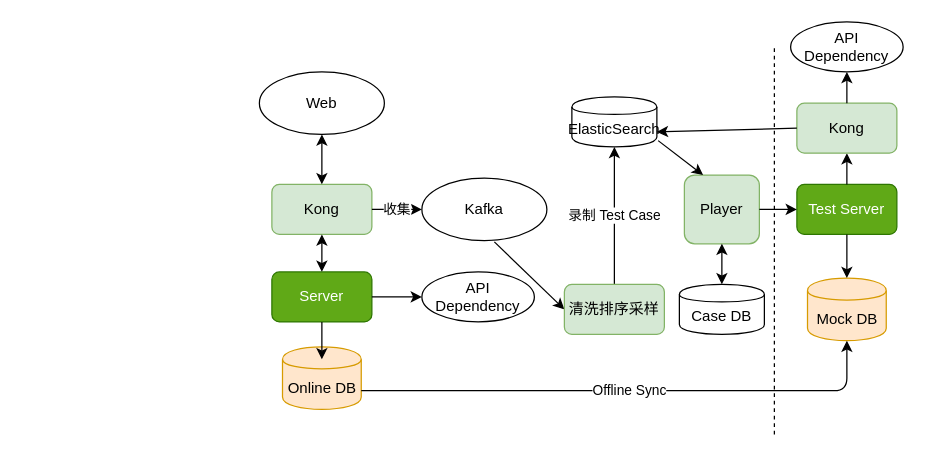
The draw.io diagram recorder.drawio in dongbin/AthenaX, before the edit. Source tidied: cells renumbered, new cells numbered last; positions are measured from the earlier drawing's top-left corner, leaving out a move shared by most shapes. Both pictures are drawn from the tidied source at 125%, with x=0, y=0 at pixel (259, 21).
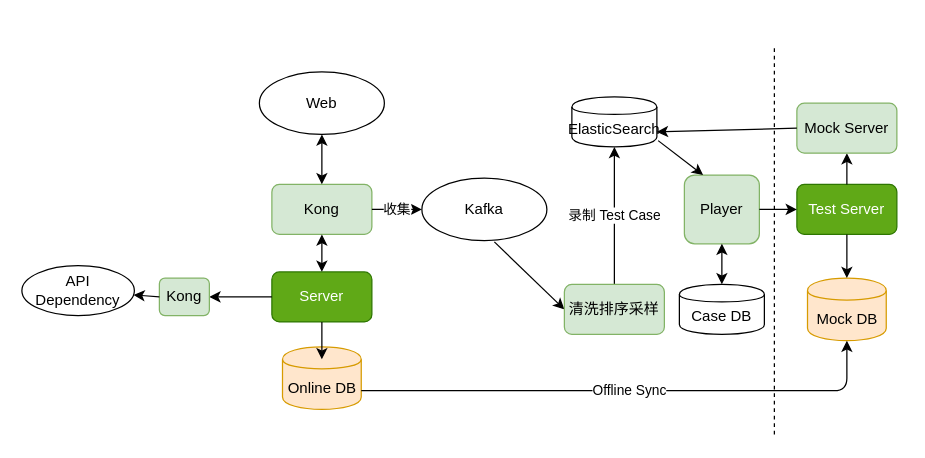
The same page after the edit.

The change refers to these unchanged cells:
```xml
<mxCell id="4" value="Server" style="rounded=1;whiteSpace=wrap;html=1;fillColor=#60a917;strokeColor=#2D7600;fontColor=#ffffff;" parent="1" vertex="1">
  <mxGeometry x="10" y="200" width="80" height="40" as="geometry" />
</mxCell>
```

What changed in the source:
```diff
@@
-    <mxCell id="20" style="endArrow=classic;html=1;exitX=1;exitY=0.5;exitDx=0;exitDy=0;" parent="1" edge="1" source="4">
+    <mxCell id="20" style="endArrow=classic;html=1;exitX=0;exitY=0.5;exitDx=0;exitDy=0;" parent="1" edge="1" source="4">
       <mxGeometry relative="1" as="geometry">
-        <mxPoint x="130" y="220" as="targetPoint" />
+        <mxPoint x="-40" y="220" as="targetPoint" />
       </mxGeometry>
     </mxCell>
     <mxCell id="21" value="API Dependency" style="ellipse;whiteSpace=wrap;html=1;" parent="1" vertex="1">
-      <mxGeometry x="130" y="200" width="90" height="40" as="geometry" />
+      <mxGeometry x="-190" y="195" width="90" height="40" as="geometry" />
     </mxCell>
@@
-    <mxCell id="28" value="Kong" style="rounded=1;whiteSpace=wrap;html=1;fillColor=#d5e8d4;strokeColor=#82b366;" parent="1" vertex="1">
+    <mxCell id="28" value="Mock Server" style="rounded=1;whiteSpace=wrap;html=1;fillColor=#d5e8d4;strokeColor=#82b366;" parent="1" vertex="1">
       <mxGeometry x="430" y="65" width="80" height="40" as="geometry" />
     </mxCell>
-    <mxCell id="29" value="API Dependency" style="ellipse;whiteSpace=wrap;html=1;" parent="1" vertex="1">
-      <mxGeometry x="425" width="90" height="40" as="geometry" />
-    </mxCell>
-    <mxCell id="30" style="endArrow=classic;html=1;entryX=0.5;entryY=1;entryDx=0;entryDy=0;exitX=0.5;exitY=0;exitDx=0;exitDy=0;" parent="1" edge="1" source="28" target="29">
-      <mxGeometry relative="1" as="geometry" />
-    </mxCell>
@@
+    <mxCell id="32" value="Kong" style="rounded=1;whiteSpace=wrap;html=1;fillColor=#d5e8d4;strokeColor=#82b366;" parent="1" vertex="1">
+      <mxGeometry x="-80" y="205" width="40" height="30" as="geometry" />
+    </mxCell>
+    <mxCell id="33" style="endArrow=classic;html=1;exitX=0;exitY=0.5;exitDx=0;exitDy=0;" parent="1" edge="1" source="32" target="21">
+      <mxGeometry relative="1" as="geometry" />
+    </mxCell>
```
